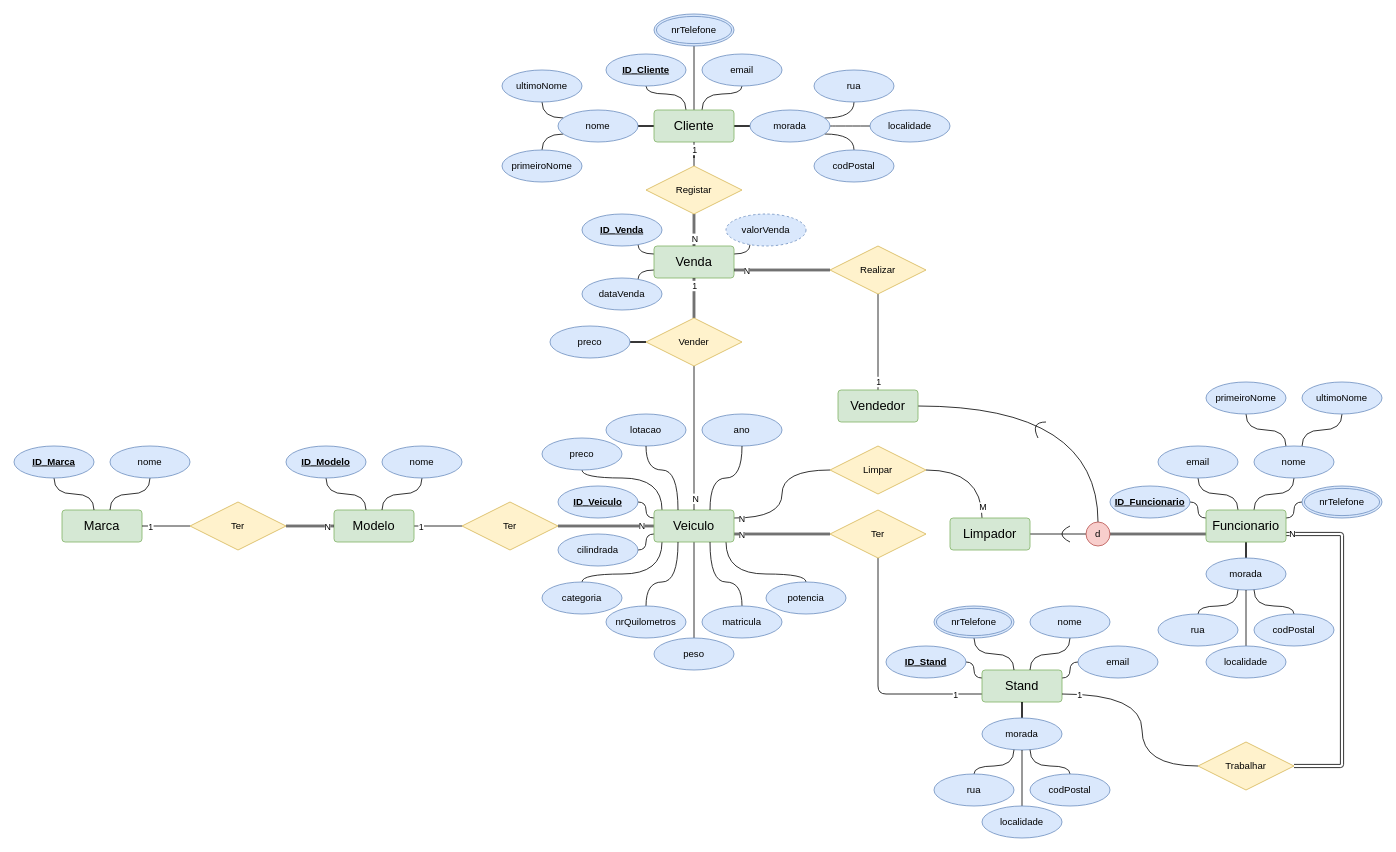
Before: DRAWIO DER.drawio in gabrieljjm/projeto-final-dev-bd, a draw.io diagram. Source tidied: cells renumbered, new cells numbered last; positions are measured from the earlier drawing's top-left corner, leaving out a move shared by most shapes. Both pictures are drawn from the tidied source at 80%, with x=0, y=0 at pixel (14, 14).
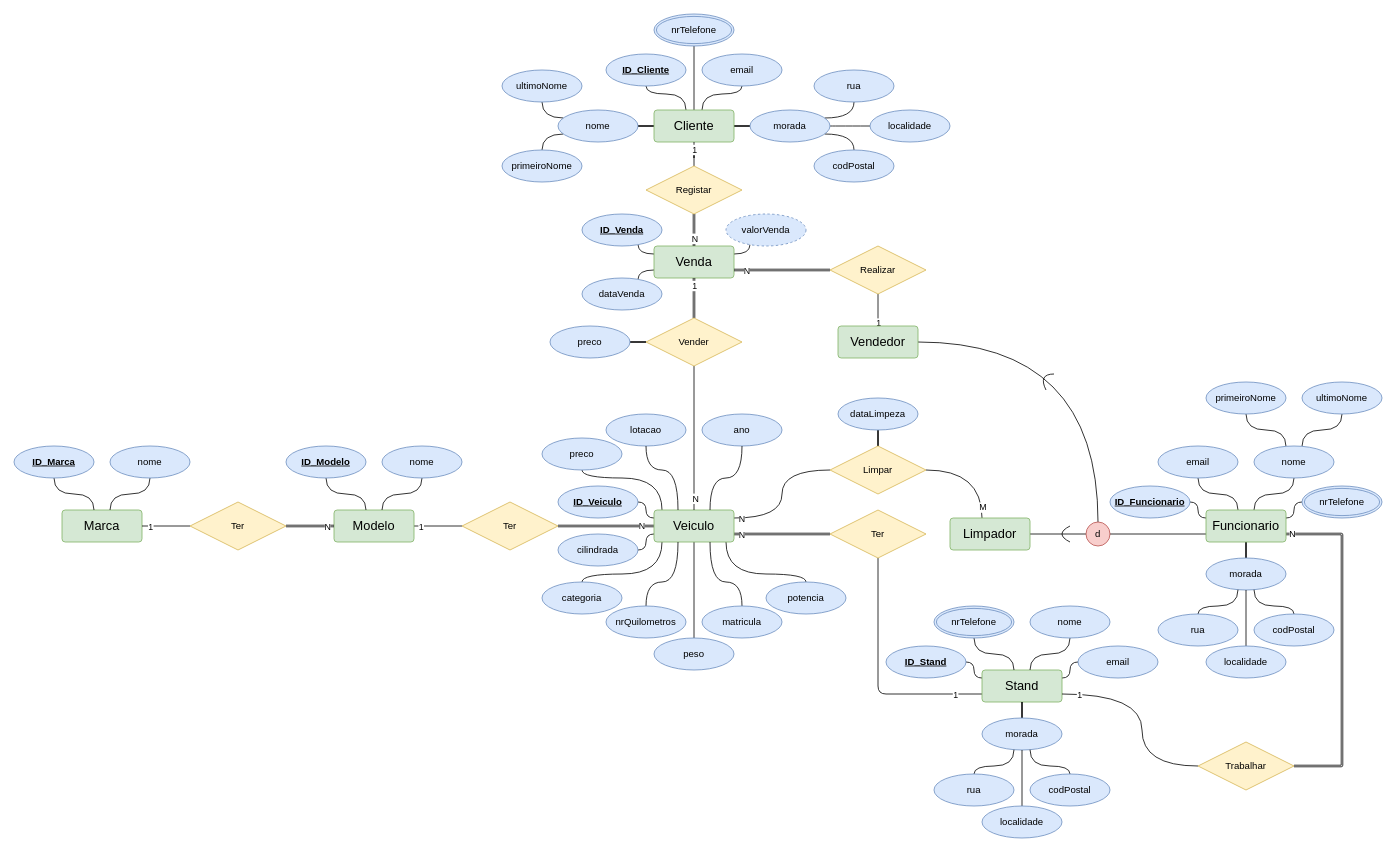
The same page after the edit.

The change refers to these unchanged cells:
```xml
<mxCell id="71" value="Trabalhar" style="shape=rhombus;perimeter=rhombusPerimeter;whiteSpace=wrap;html=1;align=center;fontFamily=Helvetica;fillColor=#fff2cc;strokeColor=#d6b656;" parent="1" vertex="1">
  <mxGeometry x="1480" y="910" width="120" height="60" as="geometry" />
</mxCell>
<mxCell id="78" value="Funcionario" style="rounded=1;arcSize=10;whiteSpace=wrap;html=1;align=center;strokeColor=#82b366;fillColor=#d5e8d4;fontSize=16;" parent="1" vertex="1">
  <mxGeometry x="1490" y="620" width="100" height="40" as="geometry" />
</mxCell>
<mxCell id="96" value="d" style="ellipse;whiteSpace=wrap;html=1;fillColor=#f8cecc;strokeColor=#b85450;" parent="1" vertex="1">
  <mxGeometry x="1340" y="635" width="30" height="30" as="geometry" />
</mxCell>
<mxCell id="113" value="Limpar" style="shape=rhombus;perimeter=rhombusPerimeter;whiteSpace=wrap;html=1;align=center;strokeColor=#d6b656;fillColor=#fff2cc;" parent="1" vertex="1">
  <mxGeometry x="1020" y="540" width="120" height="60" as="geometry" />
</mxCell>
```

Diff of the diagram source:
```diff
@@
-    <mxCell id="69" style="edgeStyle=orthogonalEdgeStyle;rounded=1;jettySize=auto;html=1;endArrow=none;endFill=0;comic=0;shape=link;" parent="1" edge="1" source="71" target="78">
+    <mxCell id="69" style="edgeStyle=orthogonalEdgeStyle;rounded=1;jettySize=auto;html=1;endArrow=none;endFill=0;comic=0;shape=link;width=2;" parent="1" edge="1" source="71" target="78">
       <mxGeometry relative="1" as="geometry">
         <Array as="points">
           <mxPoint x="1660" y="940" />
           <mxPoint x="1660" y="650" />
         </Array>
       </mxGeometry>
     </mxCell>
@@
-    <mxCell id="75" style="edgeStyle=orthogonalEdgeStyle;rounded=0;jettySize=auto;html=1;entryX=0.5;entryY=0.5;entryDx=0;entryDy=0;entryPerimeter=0;endArrow=none;endFill=0;shape=link;width=2;" parent="1" edge="1" source="78" target="96">
+    <mxCell id="75" style="edgeStyle=orthogonalEdgeStyle;rounded=0;jettySize=auto;html=1;entryX=0.5;entryY=0.5;entryDx=0;entryDy=0;entryPerimeter=0;endArrow=none;endFill=0;" parent="1" edge="1" source="78" target="96">
       <mxGeometry relative="1" as="geometry">
         <Array as="points">
           <mxPoint x="1355" y="650" />
         </Array>
       </mxGeometry>
     </mxCell>
@@
     <mxCell id="95" style="edgeStyle=orthogonalEdgeStyle;jumpStyle=none;jumpSize=6;jettySize=auto;html=1;endArrow=none;endFill=0;strokeColor=#000000;curved=1;" parent="1" edge="1" source="96" target="99">
       <mxGeometry relative="1" as="geometry">
         <Array as="points">
-          <mxPoint x="1355" y="490" />
+          <mxPoint x="1355" y="410" />
         </Array>
       </mxGeometry>
     </mxCell>
@@
     <mxCell id="99" value="Vendedor" style="rounded=1;arcSize=10;whiteSpace=wrap;html=1;align=center;strokeColor=#82b366;fillColor=#d5e8d4;fontSize=16;" parent="1" vertex="1">
-      <mxGeometry x="1030" y="470" width="100" height="40" as="geometry" />
+      <mxGeometry x="1030" y="390" width="100" height="40" as="geometry" />
     </mxCell>
@@
+    <mxCell id="151" style="edgeStyle=orthogonalEdgeStyle;rounded=0;jettySize=auto;html=1;endArrow=none;endFill=0;" parent="1" edge="1" source="113" target="152">
+      <mxGeometry relative="1" as="geometry" />
+    </mxCell>
@@
     <mxCell id="149" style="endArrow=none;html=1;curved=1;" parent="1" edge="1">
       <mxGeometry relative="1" as="geometry">
-        <mxPoint x="1290" y="510" as="sourcePoint" />
-        <mxPoint x="1280" y="530" as="targetPoint" />
+        <mxPoint x="1300" y="450" as="sourcePoint" />
+        <mxPoint x="1290" y="470" as="targetPoint" />
         <Array as="points">
-          <mxPoint x="1270" y="510" />
+          <mxPoint x="1280" y="450" />
         </Array>
       </mxGeometry>
     </mxCell>
@@
+    <mxCell id="152" value="dataLimpeza" style="ellipse;whiteSpace=wrap;html=1;align=center;strokeColor=#6c8ebf;fillColor=#dae8fc;" parent="1" vertex="1">
+      <mxGeometry x="1030" y="480" width="100" height="40" as="geometry" />
+    </mxCell>
```
